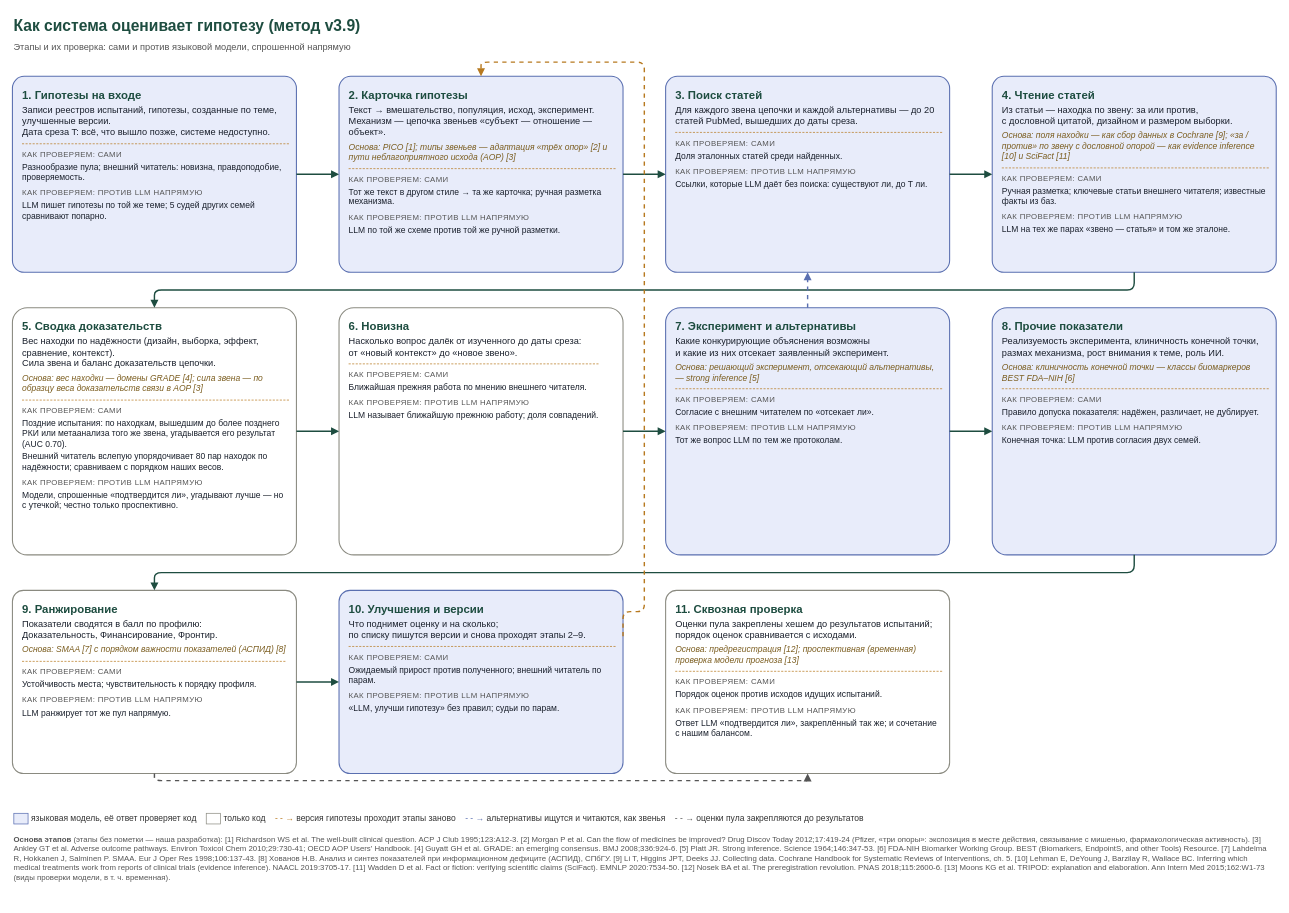
Earlier version of the draw.io diagram docs/system/flow_check.drawio (danrd/hyp-arena). Source tidied: cells renumbered, new cells numbered last; positions are measured from the earlier drawing's top-left corner, leaving out a move shared by most shapes. Both pictures are drawn from the tidied source at 71%, with x=0, y=0 at pixel (12, 12).
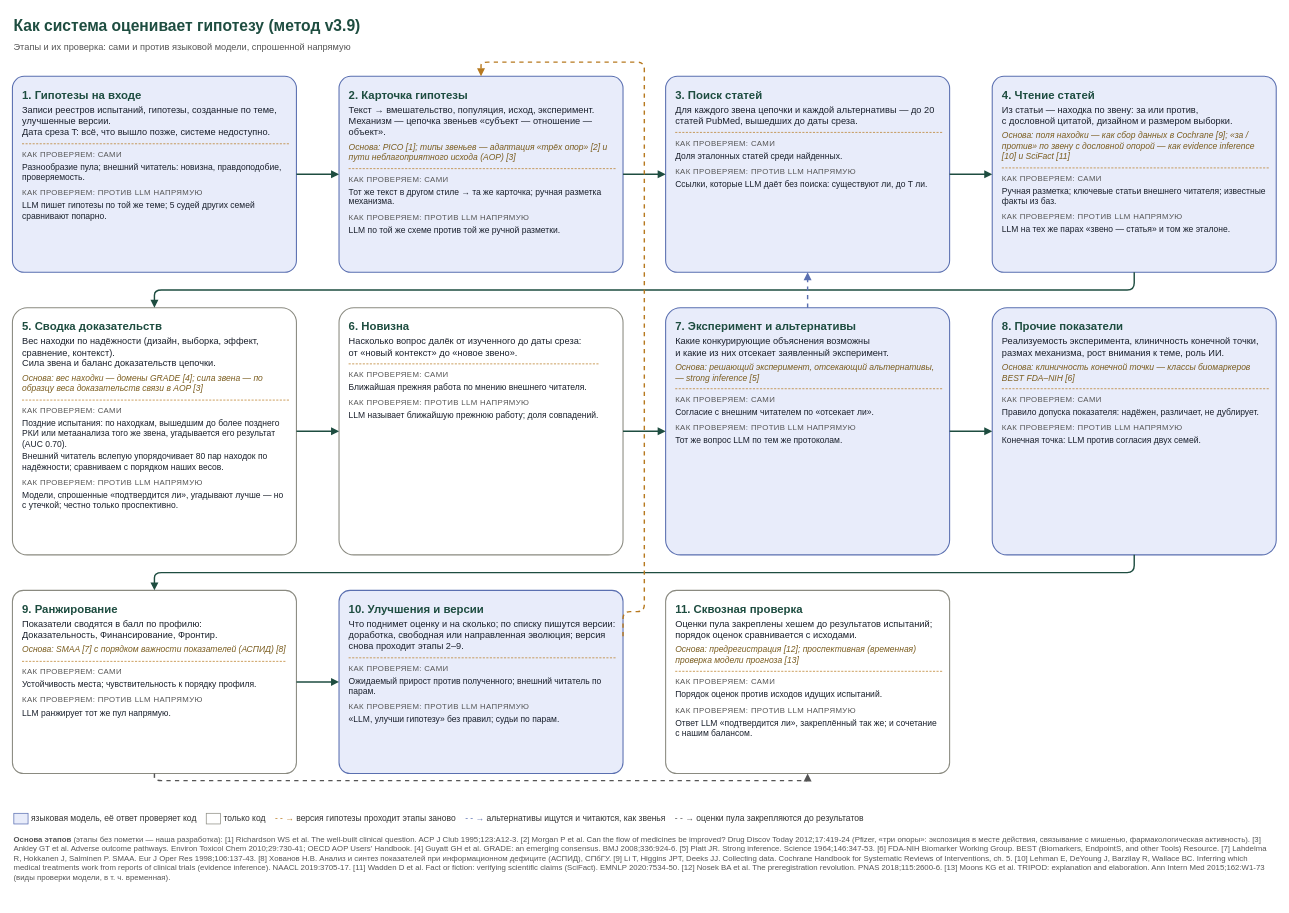
Above is the later version.

Commit message (it also covers changes not shown here):
Flow scheme, stage 10: the evolution modes (tune, free, directed, controlled) with what each may change; backlog: rule violations in the report, rule 6 by synonyms, the H49д judge

Change to the diagram source:
```diff
@@
-    <mxCell id="12" value="&lt;div style='font-size:16px;color:#1E4D40'&gt;&lt;b&gt;10. Улучшения и версии&lt;/b&gt;&lt;/div&gt;&lt;div style='margin-top:4px'&gt;Что поднимет оценку и на сколько;&lt;br/&gt;по списку пишутся версии и снова проходят этапы 2–9.&lt;/div&gt;&lt;div style='margin-top:8px;border-top:1px dashed #B7791F'&gt;&lt;/div&gt;&lt;div style='margin-top:8px;font-size:11px;color:#555;text-transform:uppercase;letter-spacing:0.5px'&gt;Как проверяем: сами&lt;/div&gt;&lt;div style='font-size:12px'&gt;&lt;div style='margin-top:4px'&gt;Ожидаемый прирост против полученного; внешний читатель по парам.&lt;/div&gt;&lt;/div&gt;&lt;div style='margin-top:8px;font-size:11px;color:#555;text-transform:uppercase;letter-spacing:0.5px'&gt;Как проверяем: против LLM напрямую&lt;/div&gt;&lt;div style='font-size:12px'&gt;&lt;div style='margin-top:4px'&gt;«LLM, улучши гипотезу» без правил; судьи по парам.&lt;/div&gt;&lt;/div&gt;" style="rounded=1;arcSize=6;whiteSpace=wrap;html=1;fillColor=#E8ECFA;strokeColor=#5A6FB0;strokeWidth=1.5;fontSize=13;fontColor=#1A202C;align=left;verticalAlign=top;spacingLeft=12;spacingRight=10;spacingTop=10;" parent="1" vertex="1">
+    <mxCell id="12" value="&lt;div style='font-size:16px;color:#1E4D40'&gt;&lt;b&gt;10. Улучшения и версии&lt;/b&gt;&lt;/div&gt;&lt;div style='margin-top:4px'&gt;Что поднимет оценку и на сколько; по списку пишутся версии:&lt;br/&gt;доработка, свободная или направленная эволюция; версия снова проходит этапы 2–9.&lt;/div&gt;&lt;div style='margin-top:8px;border-top:1px dashed #B7791F'&gt;&lt;/div&gt;&lt;div style='margin-top:8px;font-size:11px;color:#555;text-transform:uppercase;letter-spacing:0.5px'&gt;Как проверяем: сами&lt;/div&gt;&lt;div style='font-size:12px'&gt;&lt;div style='margin-top:4px'&gt;Ожидаемый прирост против полученного; внешний читатель по парам.&lt;/div&gt;&lt;/div&gt;&lt;div style='margin-top:8px;font-size:11px;color:#555;text-transform:uppercase;letter-spacing:0.5px'&gt;Как проверяем: против LLM напрямую&lt;/div&gt;&lt;div style='font-size:12px'&gt;&lt;div style='margin-top:4px'&gt;«LLM, улучши гипотезу» без правил; судьи по парам.&lt;/div&gt;&lt;/div&gt;" style="rounded=1;arcSize=6;whiteSpace=wrap;html=1;fillColor=#E8ECFA;strokeColor=#5A6FB0;strokeWidth=1.5;fontSize=13;fontColor=#1A202C;align=left;verticalAlign=top;spacingLeft=12;spacingRight=10;spacingTop=10;" parent="1" vertex="1">
       <mxGeometry x="460" y="814" width="400" height="258" as="geometry" />
     </mxCell>
```
